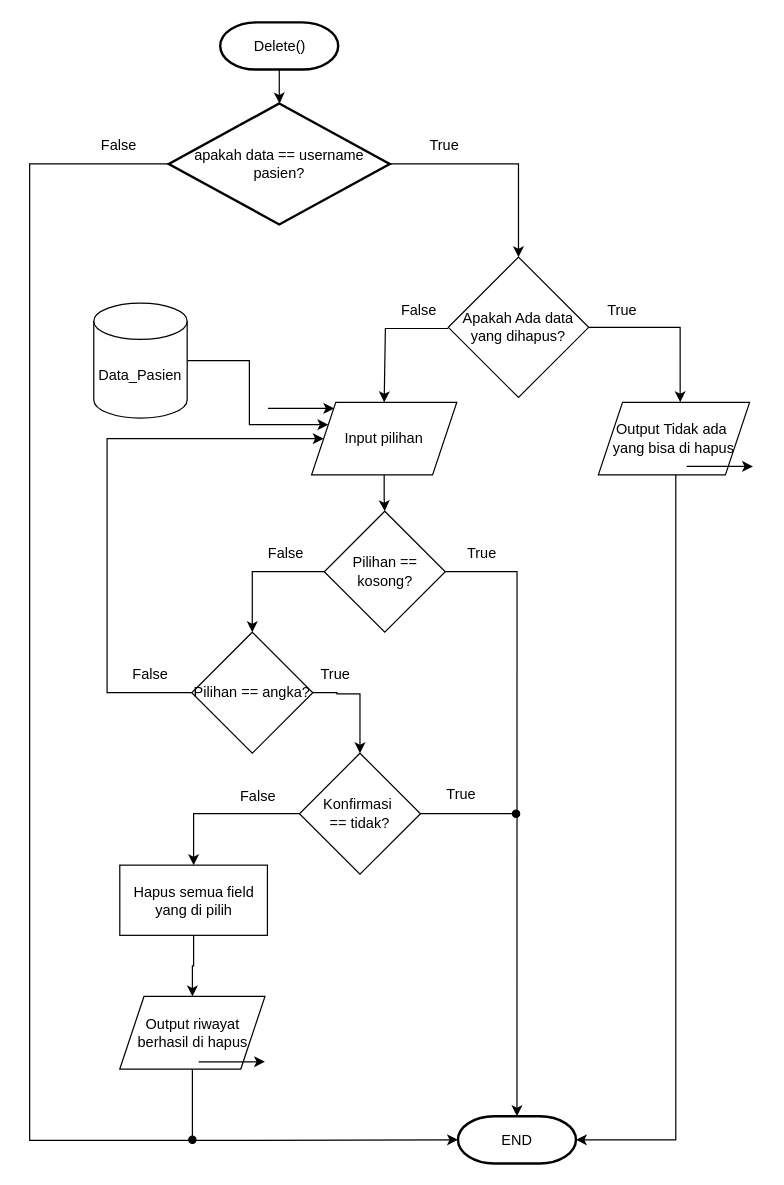
Earlier version of the draw.io diagram page "delete-pasien" (8 of 16) of flowchart/semuanyadrawio.drawio (mouriiuu/pa-aplikasi-sleep-monitoring). Source tidied: cells renumbered, new cells numbered last; positions are measured from the earlier drawing's top-left corner, leaving out a move shared by most shapes. Both pictures are drawn from the tidied source at 121%, with x=0, y=0 at pixel (29, 22).
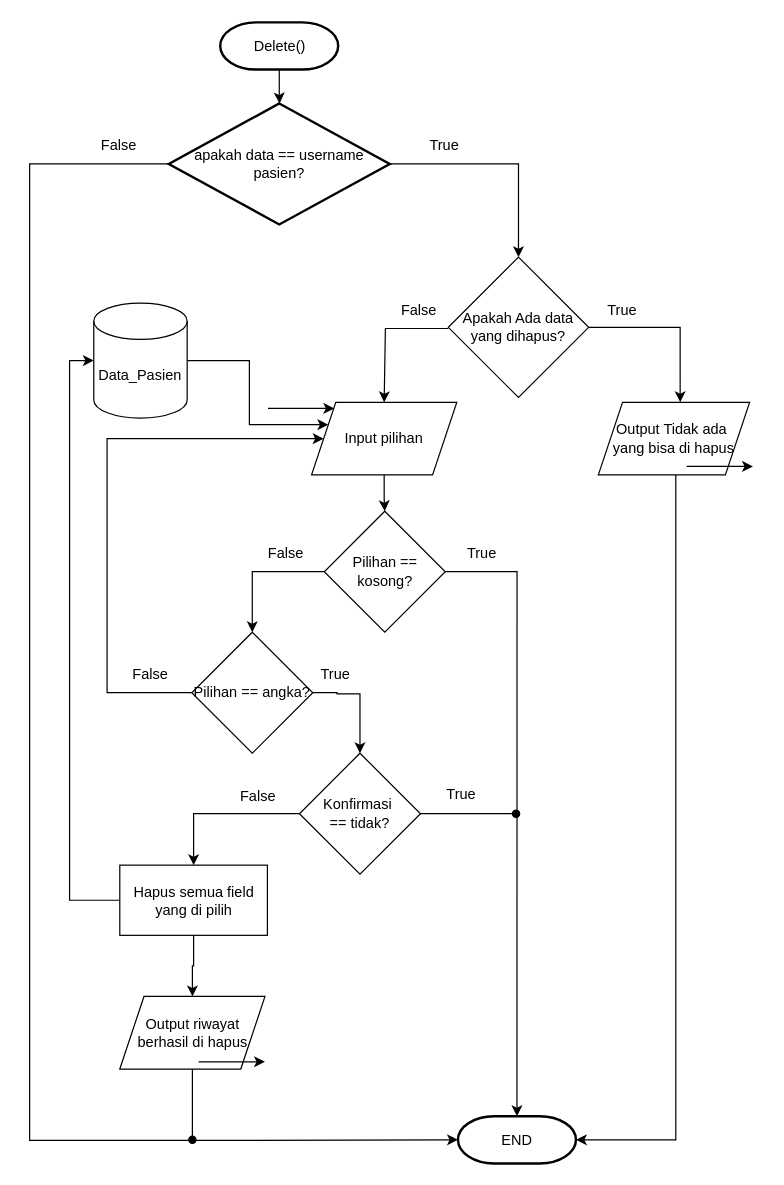
Above is the later version.

The change refers to these unchanged cells:
```xml
<mxCell id="23" value="Hapus semua field yang di pilih" style="rounded=0;whiteSpace=wrap;html=1;" parent="1" vertex="1">
  <mxGeometry x="74.5" y="696.5" width="122" height="58" as="geometry" />
</mxCell>
<mxCell id="39" value="Data_Pasien" style="shape=cylinder3;whiteSpace=wrap;html=1;boundedLbl=1;backgroundOutline=1;size=15;" parent="1" vertex="1">
  <mxGeometry x="53" y="232" width="77.2" height="95" as="geometry" />
</mxCell>
```

The edit, as a diff of the source:
```diff
@@
+    <mxCell id="43" style="edgeStyle=orthogonalEdgeStyle;rounded=0;jettySize=auto;html=1;entryX=0;entryY=0.5;entryDx=0;entryDy=0;entryPerimeter=0;" parent="1" edge="1" source="23" target="39">
+      <mxGeometry relative="1" as="geometry">
+        <Array as="points">
+          <mxPoint x="33" y="725" />
+          <mxPoint x="33" y="279" />
+        </Array>
+      </mxGeometry>
+    </mxCell>
```
